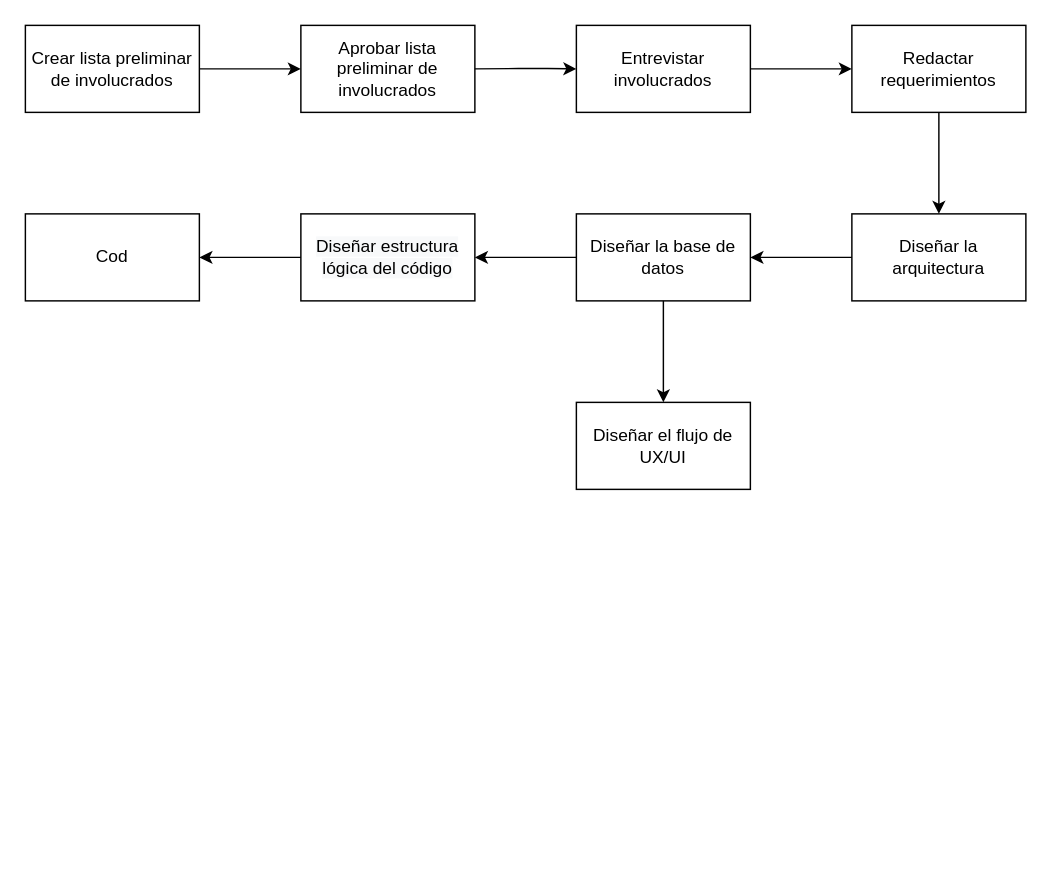
The draw.io diagram Untitled Diagram.drawio in iFreuk/GustavoA, before the edit. Source tidied: cells renumbered, new cells numbered last; positions are measured from the earlier drawing's top-left corner, leaving out a move shared by most shapes. Both pictures are drawn from the tidied source at 145%, with x=0, y=0 at pixel (25, 25).
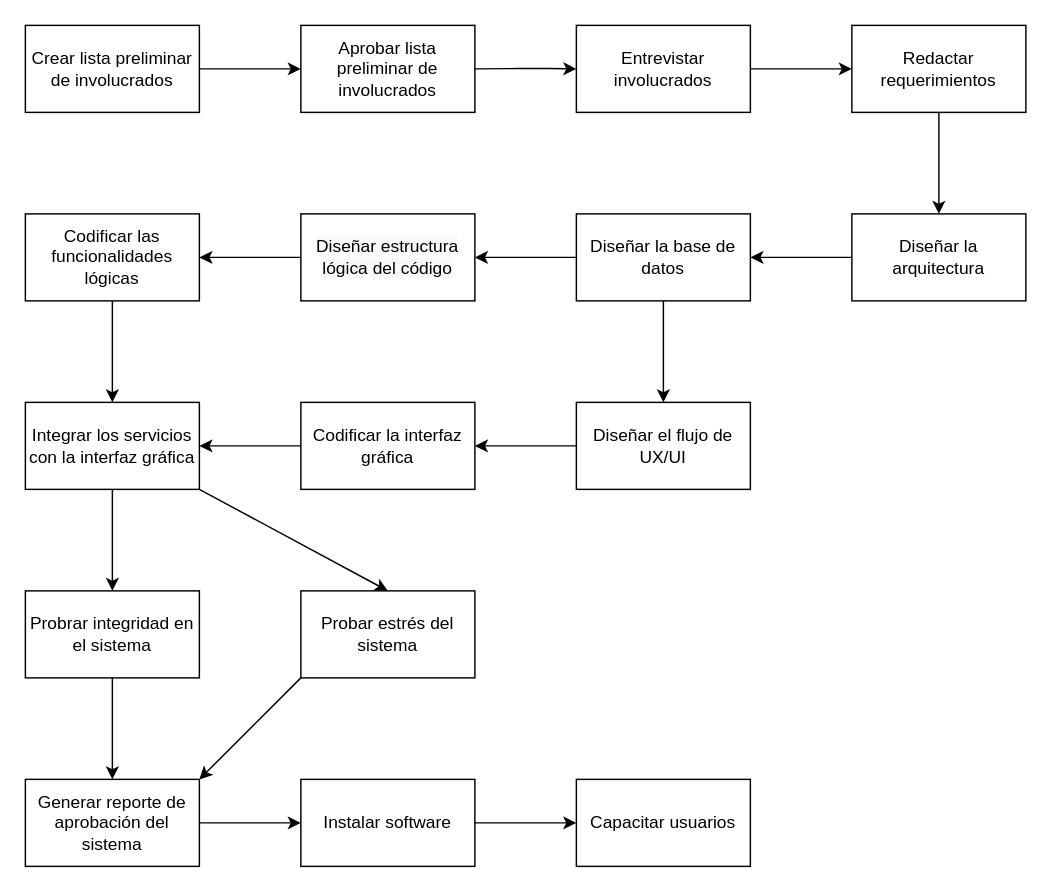
The same diagram, later.

The change refers to these unchanged cells:
```xml
<mxCell id="14" value="Diseñar el flujo de UX/UI" style="rounded=0;whiteSpace=wrap;html=1;" parent="1" vertex="1">
  <mxGeometry x="380" y="260" width="120" height="60" as="geometry" />
</mxCell>
```

Change to the diagram source:
```diff
@@
-    <mxCell id="17" value="Cod" style="rounded=0;whiteSpace=wrap;html=1;" parent="1" vertex="1">
+    <mxCell id="17" value="Codificar las funcionalidades lógicas" style="rounded=0;whiteSpace=wrap;html=1;" parent="1" vertex="1">
       <mxGeometry y="130" width="120" height="60" as="geometry" />
     </mxCell>
@@
+    <mxCell id="19" value="Codificar la interfaz gráfica" style="rounded=0;whiteSpace=wrap;html=1;" parent="1" vertex="1">
+      <mxGeometry x="190" y="260" width="120" height="60" as="geometry" />
+    </mxCell>
+    <mxCell id="20" style="endArrow=classic;html=1;entryX=1;entryY=0.5;entryDx=0;entryDy=0;exitX=0;exitY=0.5;exitDx=0;exitDy=0;" parent="1" edge="1" source="14" target="19">
+      <mxGeometry relative="1" as="geometry" />
+    </mxCell>
+    <mxCell id="21" value="Integrar los servicios con la interfaz gráfica" style="rounded=0;whiteSpace=wrap;html=1;" parent="1" vertex="1">
+      <mxGeometry y="260" width="120" height="60" as="geometry" />
+    </mxCell>
+    <mxCell id="22" style="endArrow=classic;html=1;exitX=0.5;exitY=1;exitDx=0;exitDy=0;entryX=0.5;entryY=0;entryDx=0;entryDy=0;" parent="1" edge="1" source="17" target="21">
+      <mxGeometry relative="1" as="geometry" />
+    </mxCell>
+    <mxCell id="23" style="endArrow=classic;html=1;entryX=1;entryY=0.5;entryDx=0;entryDy=0;exitX=0;exitY=0.5;exitDx=0;exitDy=0;" parent="1" edge="1" source="19" target="21">
+      <mxGeometry relative="1" as="geometry" />
+    </mxCell>
+    <mxCell id="24" value="Probrar integridad en el sistema&lt;br&gt;" style="rounded=0;whiteSpace=wrap;html=1;" parent="1" vertex="1">
+      <mxGeometry y="390" width="120" height="60" as="geometry" />
+    </mxCell>
+    <mxCell id="25" value="Probar estrés del sistema" style="rounded=0;whiteSpace=wrap;html=1;" parent="1" vertex="1">
+      <mxGeometry x="190" y="390" width="120" height="60" as="geometry" />
+    </mxCell>
+    <mxCell id="26" style="endArrow=classic;html=1;exitX=0.5;exitY=1;exitDx=0;exitDy=0;entryX=0.5;entryY=0;entryDx=0;entryDy=0;" parent="1" edge="1" source="21" target="24">
+      <mxGeometry relative="1" as="geometry" />
+    </mxCell>
+    <mxCell id="27" style="endArrow=classic;html=1;exitX=1;exitY=1;exitDx=0;exitDy=0;entryX=0.5;entryY=0;entryDx=0;entryDy=0;" parent="1" edge="1" source="21" target="25">
+      <mxGeometry relative="1" as="geometry" />
+    </mxCell>
+    <mxCell id="28" value="Generar reporte de aprobación del sistema" style="rounded=0;whiteSpace=wrap;html=1;" parent="1" vertex="1">
+      <mxGeometry y="520" width="120" height="60" as="geometry" />
+    </mxCell>
+    <mxCell id="29" style="endArrow=classic;html=1;entryX=0.5;entryY=0;entryDx=0;entryDy=0;exitX=0.5;exitY=1;exitDx=0;exitDy=0;" parent="1" edge="1" source="24" target="28">
+      <mxGeometry relative="1" as="geometry" />
+    </mxCell>
+    <mxCell id="30" style="endArrow=classic;html=1;exitX=0;exitY=1;exitDx=0;exitDy=0;entryX=1;entryY=0;entryDx=0;entryDy=0;" parent="1" edge="1" source="25" target="28">
+      <mxGeometry relative="1" as="geometry" />
+    </mxCell>
+    <mxCell id="31" value="Instalar software" style="rounded=0;whiteSpace=wrap;html=1;" parent="1" vertex="1">
+      <mxGeometry x="190" y="520" width="120" height="60" as="geometry" />
+    </mxCell>
+    <mxCell id="32" style="endArrow=classic;html=1;" parent="1" edge="1" source="28">
+      <mxGeometry relative="1" as="geometry">
+        <mxPoint x="190" y="550" as="targetPoint" />
+      </mxGeometry>
+    </mxCell>
+    <mxCell id="33" value="Capacitar usuarios" style="rounded=0;whiteSpace=wrap;html=1;" parent="1" vertex="1">
+      <mxGeometry x="380" y="520" width="120" height="60" as="geometry" />
+    </mxCell>
+    <mxCell id="34" style="endArrow=classic;html=1;exitX=1;exitY=0.5;exitDx=0;exitDy=0;entryX=0;entryY=0.5;entryDx=0;entryDy=0;" parent="1" edge="1" source="31" target="33">
+      <mxGeometry relative="1" as="geometry" />
+    </mxCell>
```
